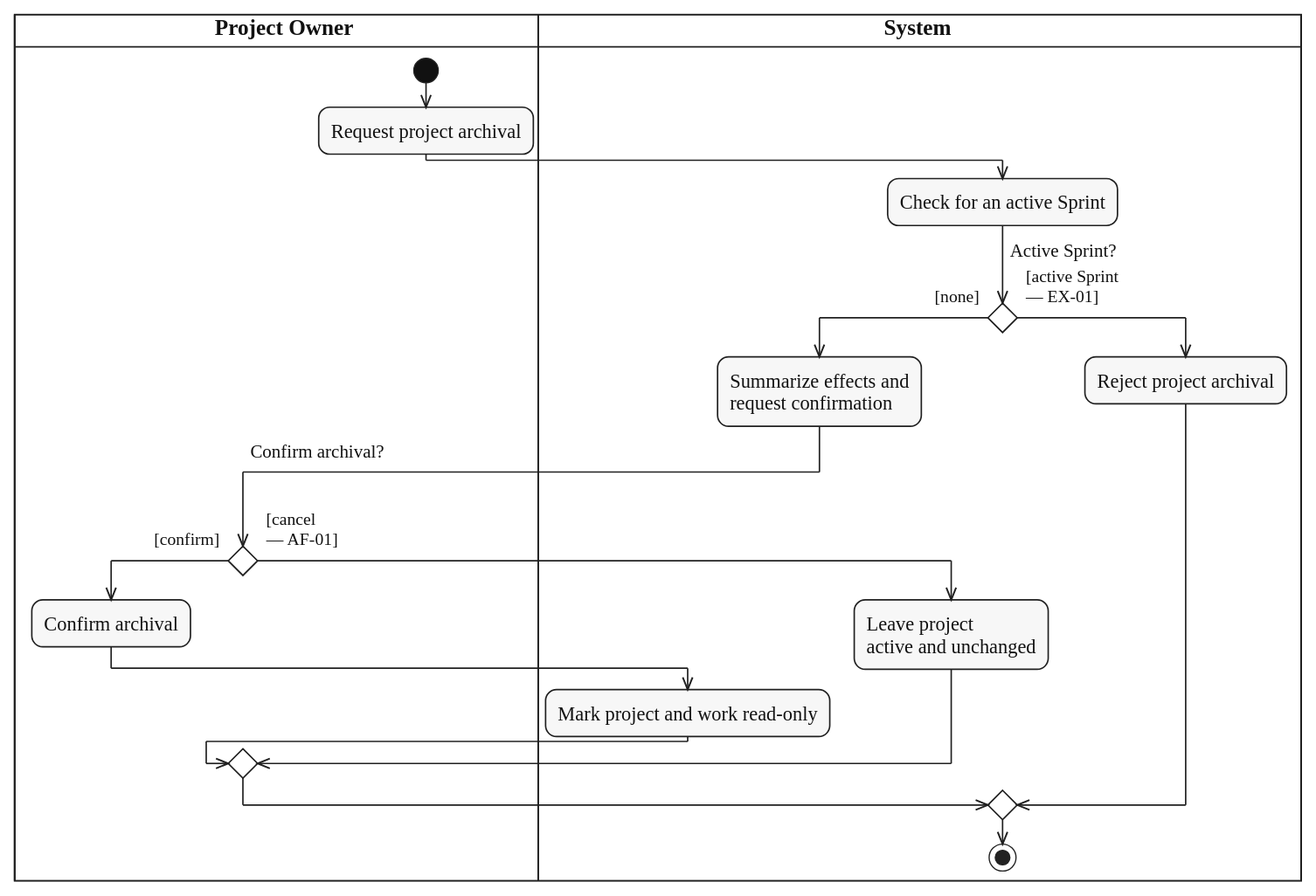
Above: diagrams/activity/project-membership/svg/UC-PROJECT-ARCHIVE.svg in lukenab/swd392-doc-automation (PlantUML), before the change. Its source is kept beside it as diagrams/activity/project-membership/source/UC-PROJECT-ARCHIVE.puml.
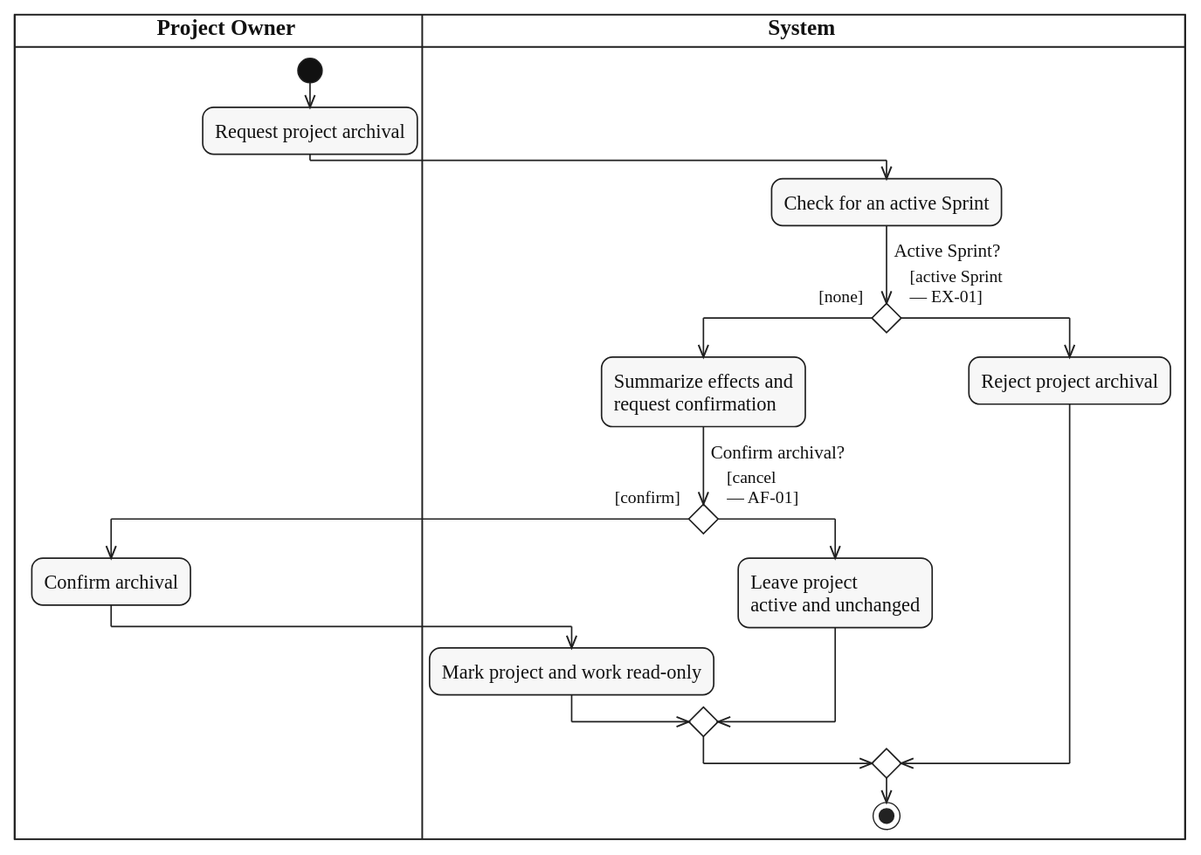
Later version of the same file.

Diff of the diagram source:
```diff
@@ -11,8 +11,8 @@
 if ($question("Active Sprint?")) then ($guard_left("[none]"))
   :Summarize effects and
   request confirmation;
-  |OWN|
-  if ($question_x("Confirm archival?")) then ($guard_left("[confirm]"))
+  if ($question("Confirm archival?")) then ($guard_left("[confirm]"))
+    |OWN|
     :Confirm archival;
     |SYS|
     :Mark project and work read-only;
```
